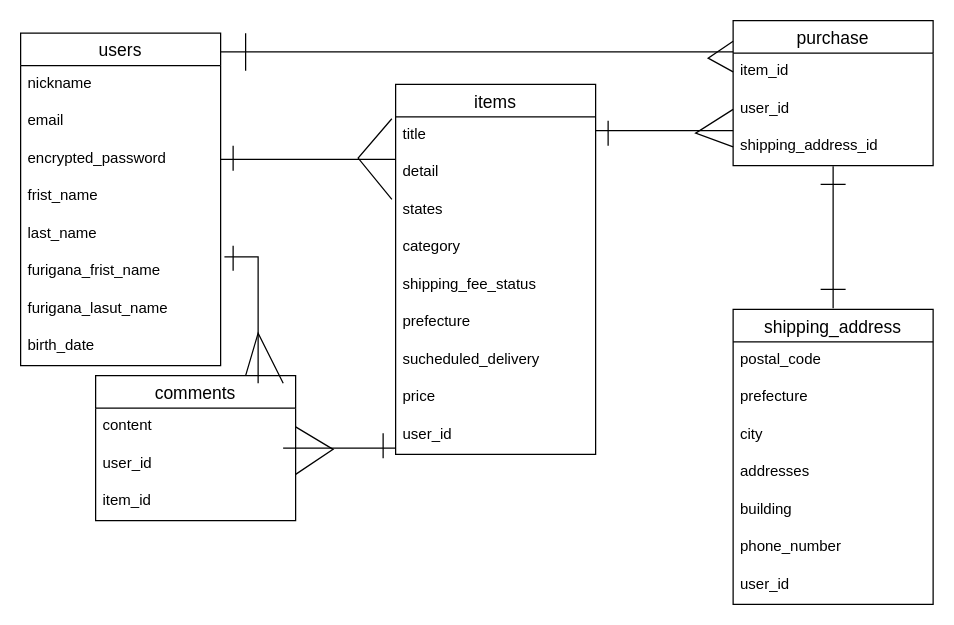
Above: test.dio in kumaboie/furima-41372 (draw.io), before the change. Source tidied: cells renumbered, new cells numbered last; positions are measured from the earlier drawing's top-left corner, leaving out a move shared by most shapes. Both pictures are drawn from the tidied source at 125%, with x=0, y=0 at pixel (20, 20).
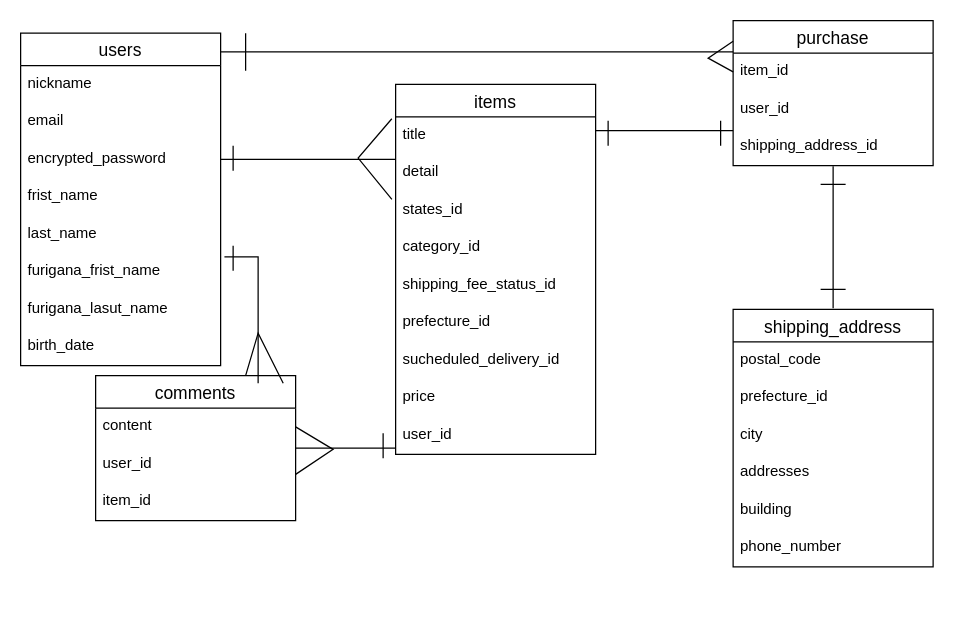
The same page after the edit.

Commit message (it also covers changes not shown here):
itemsテーブルのアソシエーションの変更

Unchanged cells that the change refers to:
```xml
<mxCell id="11" value="items" style="swimlane;fontStyle=0;horizontal=1;startSize=26;align=center;fontSize=14;" parent="1" vertex="1">
  <mxGeometry x="300" y="51" width="160" height="296" as="geometry" />
</mxCell>
<mxCell id="22" value="purchase" style="swimlane;fontStyle=0;horizontal=1;startSize=26;align=center;fontSize=14;" parent="1" vertex="1">
  <mxGeometry x="570" width="160" height="116" as="geometry" />
</mxCell>
<mxCell id="24" value="user_id" style="text;strokeColor=none;fillColor=none;spacingLeft=4;spacingRight=4;overflow=hidden;points=[[0,0.5],[1,0.5]];portConstraint=eastwest;fontSize=12;" parent="22" vertex="1">
  <mxGeometry y="56" width="160" height="30" as="geometry" />
</mxCell>
<mxCell id="25" value="shipping_address_id" style="text;strokeColor=none;fillColor=none;spacingLeft=4;spacingRight=4;overflow=hidden;points=[[0,0.5],[1,0.5]];portConstraint=eastwest;fontSize=12;" parent="22" vertex="1">
  <mxGeometry y="86" width="160" height="30" as="geometry" />
</mxCell>
```

The edit, as a diff of the source:
```diff
@@
-    <mxCell id="14" value="states" style="text;strokeColor=none;fillColor=none;spacingLeft=4;spacingRight=4;overflow=hidden;fontSize=12;" parent="11" vertex="1">
+    <mxCell id="14" value="states_id" style="text;strokeColor=none;fillColor=none;spacingLeft=4;spacingRight=4;overflow=hidden;fontSize=12;" parent="11" vertex="1">
       <mxGeometry y="86" width="160" height="30" as="geometry" />
     </mxCell>
-    <mxCell id="15" value="category" style="text;strokeColor=none;fillColor=none;spacingLeft=4;spacingRight=4;overflow=hidden;fontSize=12;" parent="11" vertex="1">
+    <mxCell id="15" value="category_id" style="text;strokeColor=none;fillColor=none;spacingLeft=4;spacingRight=4;overflow=hidden;fontSize=12;" parent="11" vertex="1">
       <mxGeometry y="116" width="160" height="30" as="geometry" />
     </mxCell>
-    <mxCell id="16" value="shipping_fee_status " style="text;strokeColor=none;fillColor=none;spacingLeft=4;spacingRight=4;overflow=hidden;fontSize=12;" parent="11" vertex="1">
+    <mxCell id="16" value="shipping_fee_status_id" style="text;strokeColor=none;fillColor=none;spacingLeft=4;spacingRight=4;overflow=hidden;fontSize=12;" parent="11" vertex="1">
       <mxGeometry y="146" width="160" height="30" as="geometry" />
     </mxCell>
-    <mxCell id="17" value="prefecture" style="text;strokeColor=none;fillColor=none;spacingLeft=4;spacingRight=4;overflow=hidden;fontSize=12;" parent="11" vertex="1">
+    <mxCell id="17" value="prefecture_id" style="text;strokeColor=none;fillColor=none;spacingLeft=4;spacingRight=4;overflow=hidden;fontSize=12;" parent="11" vertex="1">
       <mxGeometry y="176" width="160" height="30" as="geometry" />
     </mxCell>
-    <mxCell id="18" value="sucheduled_delivery " style="text;strokeColor=none;fillColor=none;spacingLeft=4;spacingRight=4;overflow=hidden;fontSize=12;" parent="11" vertex="1">
+    <mxCell id="18" value="sucheduled_delivery_id" style="text;strokeColor=none;fillColor=none;spacingLeft=4;spacingRight=4;overflow=hidden;fontSize=12;" parent="11" vertex="1">
       <mxGeometry y="206" width="160" height="30" as="geometry" />
     </mxCell>
@@
-    <mxCell id="26" style="endArrow=none;html=1;rounded=0;exitX=0;exitY=0.5;exitDx=0;exitDy=0;entryX=0;entryY=0.5;entryDx=0;entryDy=0;" parent="22" edge="1" source="24" target="25">
-      <mxGeometry relative="1" as="geometry">
-        <Array as="points">
-          <mxPoint x="-30" y="90" />
-        </Array>
-      </mxGeometry>
-    </mxCell>
@@
     <mxCell id="28" value="shipping_address" style="swimlane;fontStyle=0;horizontal=1;startSize=26;align=center;fontSize=14;" parent="1" vertex="1">
-      <mxGeometry x="570" y="231" width="160" height="236" as="geometry" />
+      <mxGeometry x="570" y="231" width="160" height="206" as="geometry" />
     </mxCell>
@@
-    <mxCell id="30" value="prefecture" style="text;strokeColor=none;fillColor=none;spacingLeft=4;spacingRight=4;overflow=hidden;fontSize=12;" parent="28" vertex="1">
+    <mxCell id="30" value="prefecture_id" style="text;strokeColor=none;fillColor=none;spacingLeft=4;spacingRight=4;overflow=hidden;fontSize=12;" parent="28" vertex="1">
       <mxGeometry y="56" width="160" height="30" as="geometry" />
     </mxCell>
@@
-    <mxCell id="35" value="user_id" style="text;strokeColor=none;fillColor=none;spacingLeft=4;spacingRight=4;overflow=hidden;fontSize=12;" parent="28" vertex="1">
-      <mxGeometry y="206" width="160" height="30" as="geometry" />
-    </mxCell>
@@
     <mxCell id="46" style="line;strokeWidth=1;dashed=0;labelPosition=right;align=left;verticalAlign=middle;spacingTop=0;spacingLeft=6;" parent="1" vertex="1">
-      <mxGeometry x="210" y="337" width="90" height="10" as="geometry" />
+      <mxGeometry x="220" y="337" width="80" height="10" as="geometry" />
     </mxCell>
@@
+    <mxCell id="55" style="endArrow=none;html=1;rounded=0;" parent="1" edge="1">
+      <mxGeometry relative="1" as="geometry">
+        <mxPoint x="560" y="80" as="sourcePoint" />
+        <mxPoint x="560" y="100" as="targetPoint" />
+      </mxGeometry>
+    </mxCell>
```
